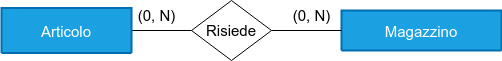
EndriDomiUni/E-commerce keeps this draw.io diagram as doc/magazzino_articolo.drawio/magazzino_articolo_scheletro.png. Above is the earlier version. Source tidied: cells renumbered, new cells last; positions are measured from the earlier drawing's top-left corner, leaving out a move shared by most shapes.
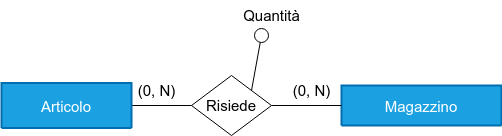
Above is the later version.

Diff of the diagram source:
```diff
@@ -8,6 +8,11 @@
     <mxCell id="3" style="edgeStyle=none;html=1;exitX=1;exitY=0.5;exitDx=0;exitDy=0;entryX=0;entryY=0.5;entryDx=0;entryDy=0;fontSize=15;endArrow=none;endFill=0;" parent="1" edge="1" source="4" target="2">
       <mxGeometry relative="1" as="geometry" />
     </mxCell>
+    <mxCell id="10" style="edgeStyle=none;html=1;exitX=1;exitY=0;exitDx=0;exitDy=0;endArrow=oval;endFill=0;sourcePerimeterSpacing=0;strokeWidth=1;startSize=6;endSize=14;" parent="1" edge="1" source="4">
+      <mxGeometry relative="1" as="geometry">
+        <mxPoint x="260" y="-40" as="targetPoint" />
+      </mxGeometry>
+    </mxCell>
     <mxCell id="4" value="Risiede" style="shape=rhombus;perimeter=rhombusPerimeter;whiteSpace=wrap;html=1;align=center;fontSize=15;" parent="1" vertex="1">
       <mxGeometry x="190" width="80" height="60" as="geometry" />
     </mxCell>
@@ -26,5 +31,8 @@
     <mxCell id="9" value="(0, N)" style="text;html=1;align=center;verticalAlign=middle;strokeColor=none;fillColor=none;fontSize=15;" parent="1" vertex="1">
       <mxGeometry x="125" width="60" height="30" as="geometry" />
     </mxCell>
+    <mxCell id="11" value="&lt;font style=&quot;font-size: 15px;&quot;&gt;Quantità&lt;/font&gt;" style="text;html=1;align=center;verticalAlign=middle;strokeColor=none;fillColor=none;" parent="1" vertex="1">
+      <mxGeometry x="230" y="-75" width="80" height="30" as="geometry" />
+    </mxCell>
   </root>
 </mxGraphModel>
```
